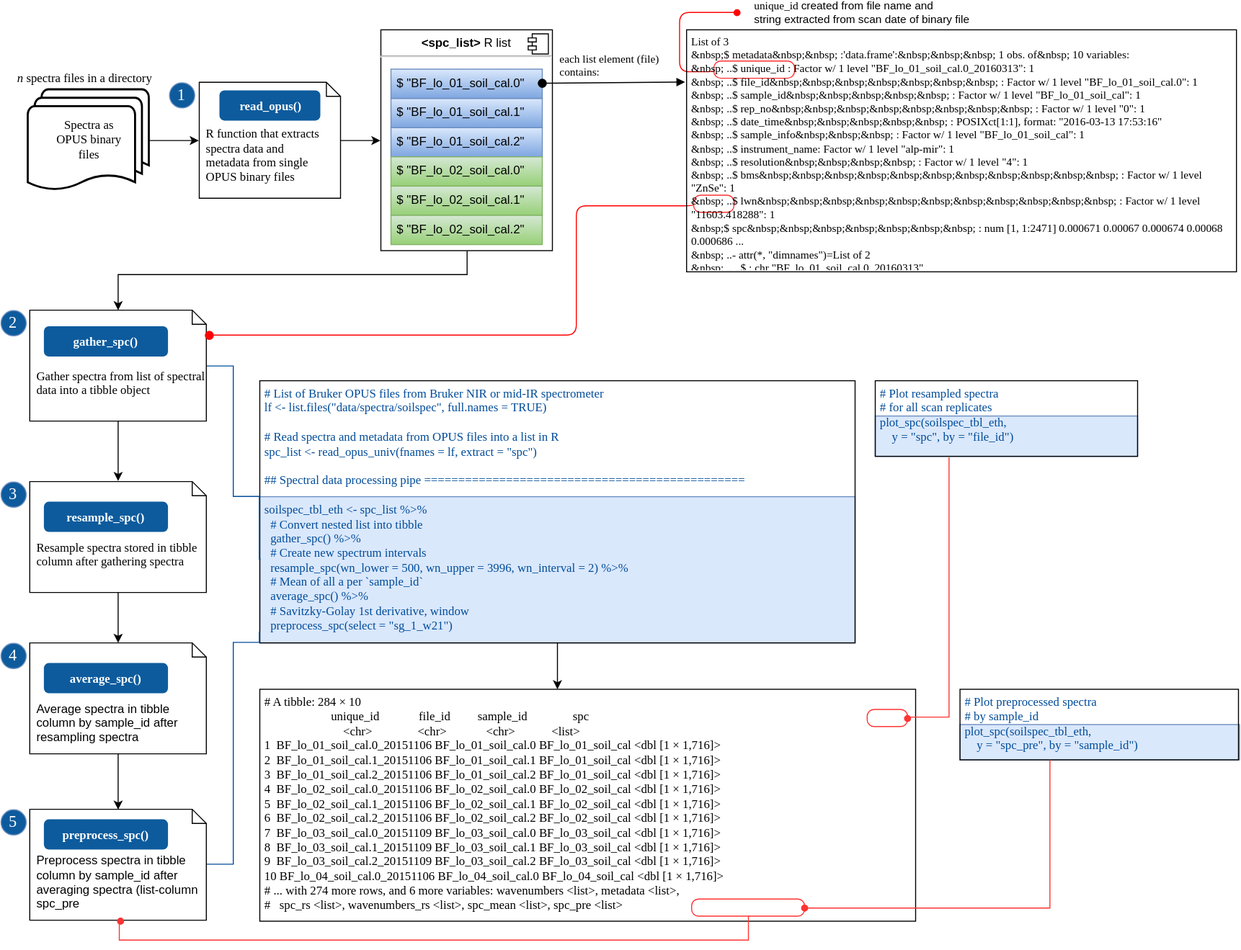
Above: simplerspec-read-proc-tibble.svg in philipp-baumann/spectro-platform-graphs (draw.io), before the change. Source tidied: cells renumbered, new cells last; positions are measured from the earlier drawing's top-left corner, leaving out a move shared by most shapes.
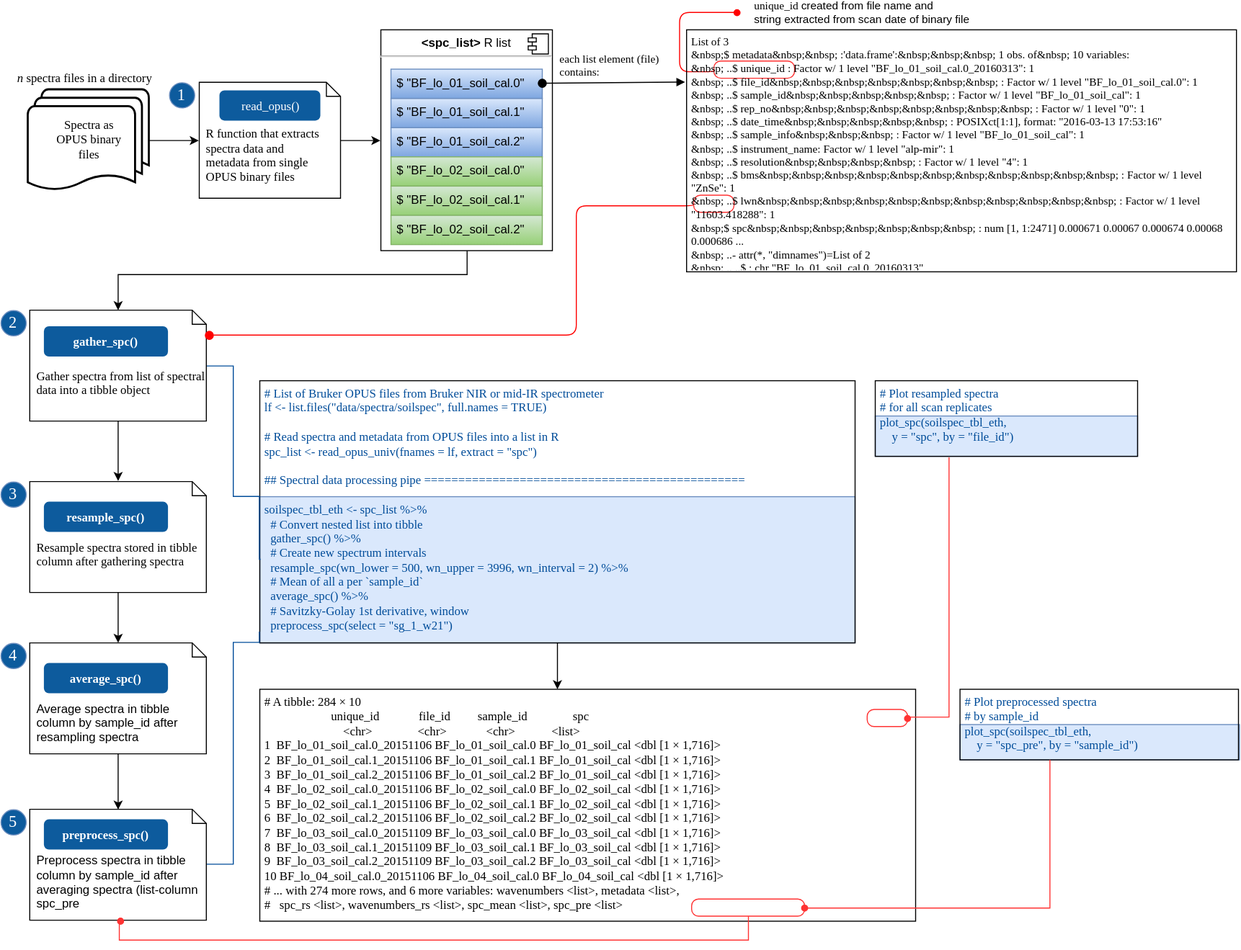
After the commit.

Commit message:
Change font cut in text panel

What changed in the source:
```diff
@@ -64,7 +64,7 @@
         <mxPoint x="678.5" y="78.8" as="targetPoint" />
       </mxGeometry>
     </mxCell>
-    <mxCell id="21" value="&lt;p&gt;&lt;font face=&quot;Fira Code&quot;&gt;read_opus()&lt;/font&gt;&lt;/p&gt;" style="html=1;shadow=0;dashed=0;shape=mxgraph.bootstrap.rrect;align=center;rSize=5;strokeColor=none;fillColor=#0D5B9D;fontColor=#ffffff;fontStyle=1;whiteSpace=wrap;fontFamily=Verdana;" parent="1" vertex="1">
+    <mxCell id="21" value="&lt;p&gt;&lt;font&gt;read_opus()&lt;/font&gt;&lt;/p&gt;" style="html=1;shadow=0;dashed=0;shape=mxgraph.bootstrap.rrect;align=center;rSize=5;strokeColor=none;fillColor=#0D5B9D;fontColor=#ffffff;fontStyle=0;whiteSpace=wrap;fontFamily=Fira Code;" parent="1" vertex="1">
       <mxGeometry x="217" y="87" width="100" height="30" as="geometry" />
     </mxCell>
     <mxCell id="22" value="&lt;font face=&quot;Fira Sans&quot;&gt;&lt;i&gt;n&lt;/i&gt; spectra files in a directory&lt;br&gt;&lt;/font&gt;" style="text;html=1;align=left;verticalAlign=top;spacingTop=-4;" parent="1" vertex="1">
```
